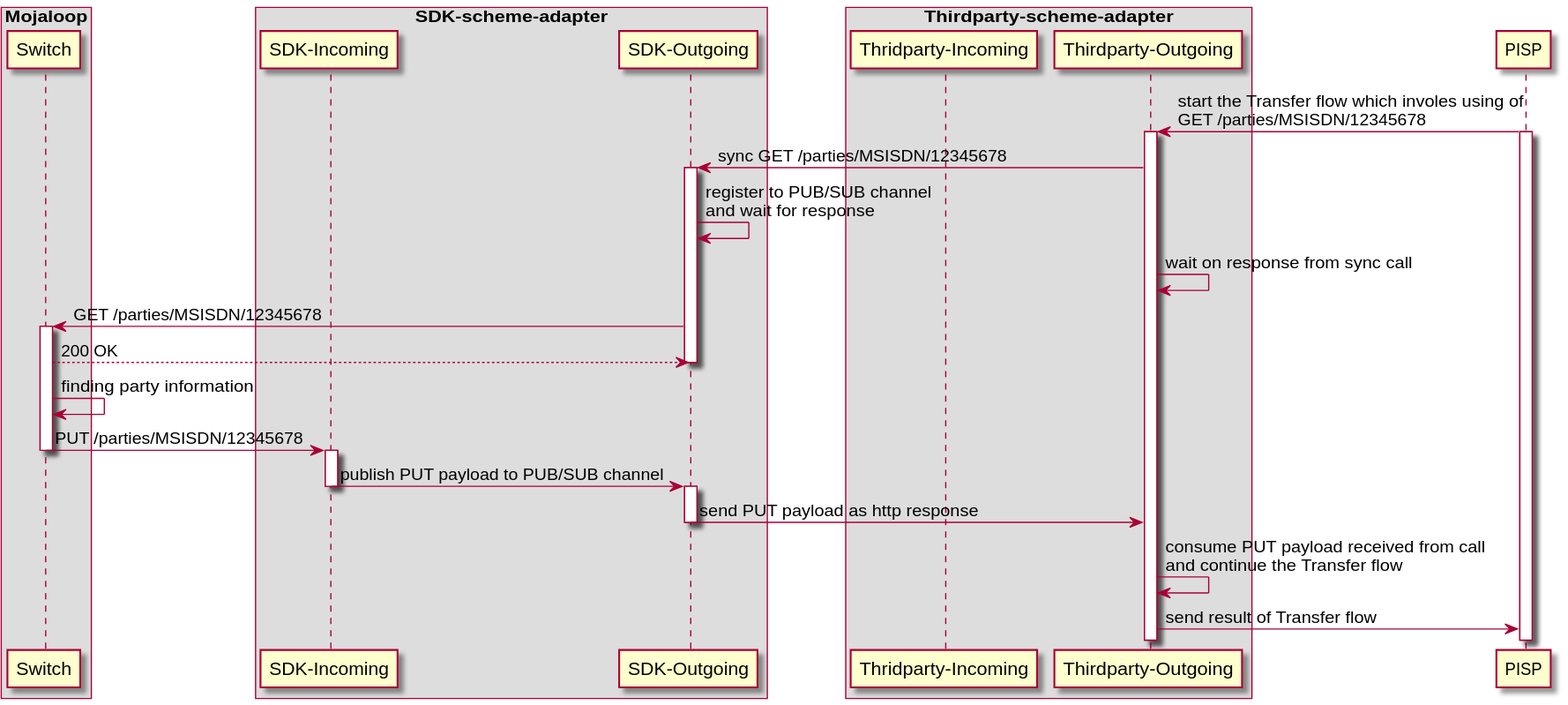
Earlier version of the PlantUML export docs/out/design-decisions/tandem_sync_client_server.svg (mojaloop/pisp-project). Its source is kept beside it as docs/design-decisions/tandem_sync_client_server.puml.
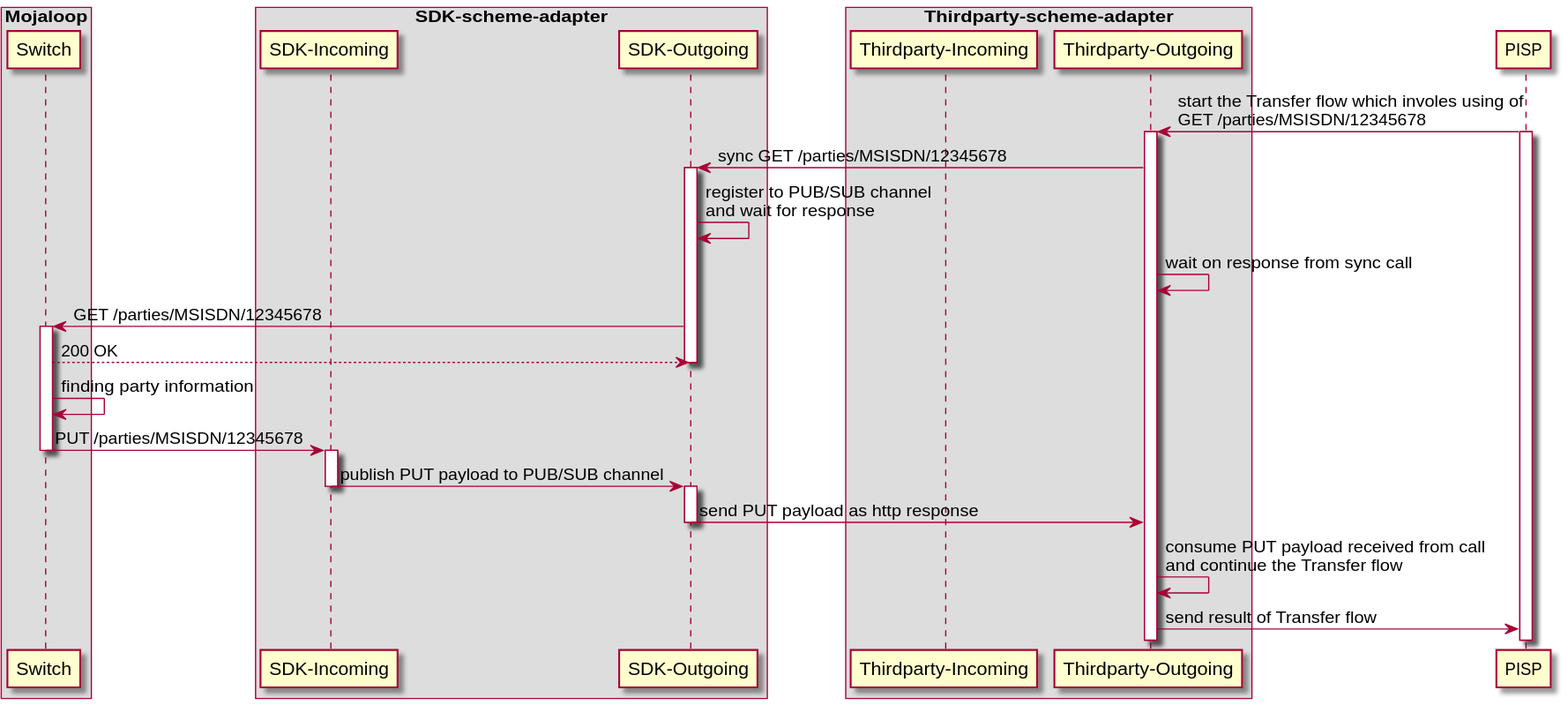
The same diagram one commit later.

What changed in the source:
```diff
@@ -9,7 +9,7 @@
   participant "SDK-Outgoing" as Sout
 end box
 box "Thirdparty-scheme-adapter"
-  participant "Thridparty-Incoming" as Tin
+  participant "Thirdparty-Incoming" as Tin
   participant "Thirdparty-Outgoing" as Tout
 end box
 
```
